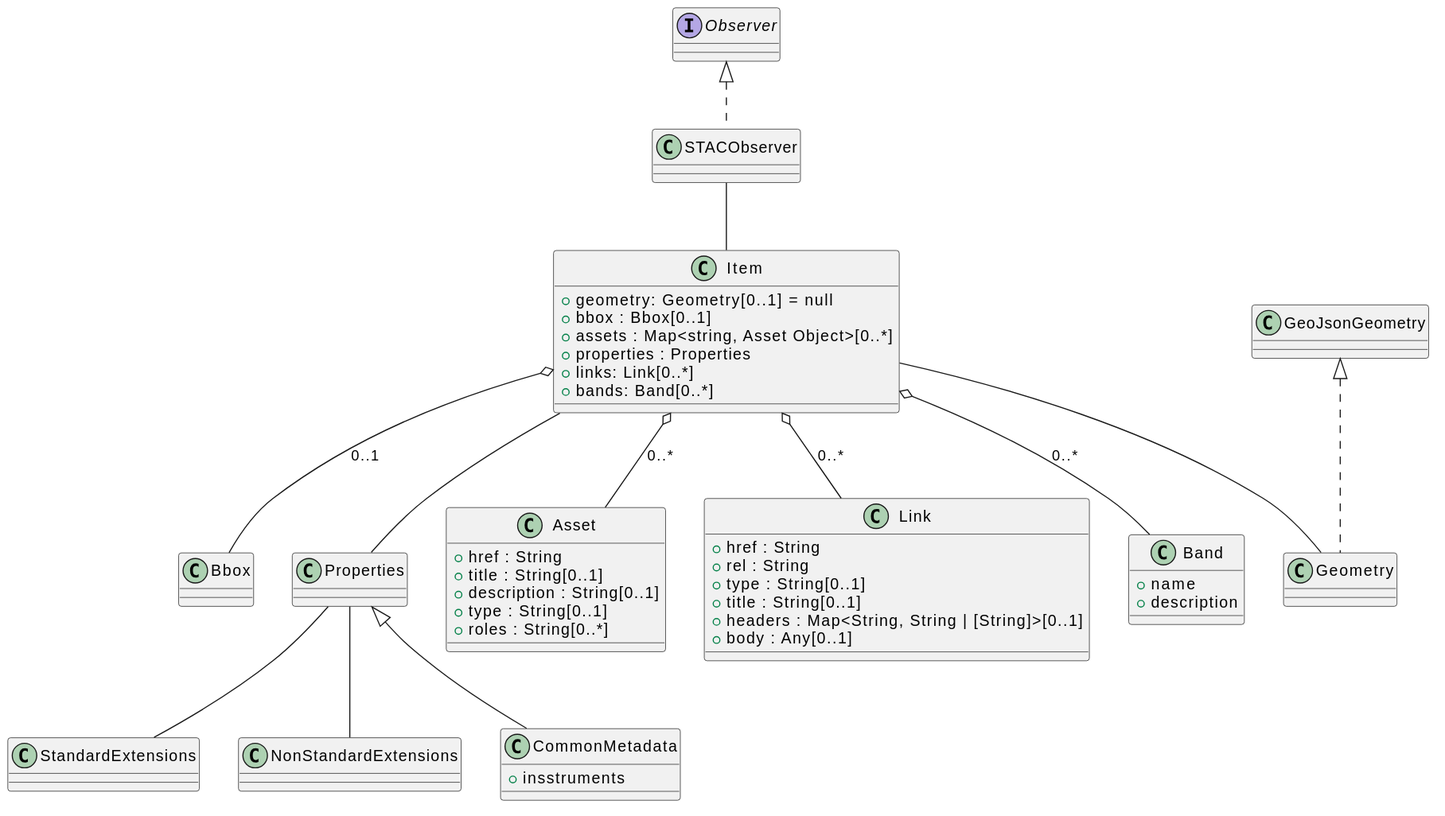
Earlier version of the PlantUML export images/stac-observing-class-diagram.svg (pdssp/pdssp_data_model).
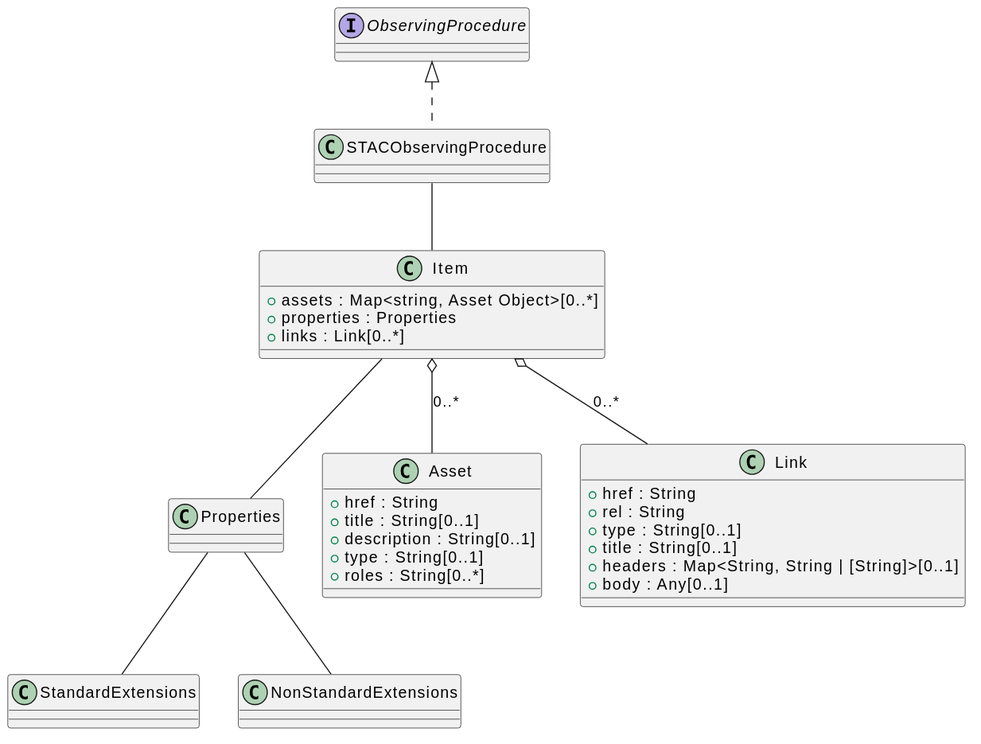
Later version of the same file.

Diff of the diagram source:
```diff
@@ -1,32 +1,19 @@
 @startuml
-interface Observer
+interface ObservingProcedure
 
-class STACObserver
+class STACObservingProcedure
 
 class Item {
-  + geometry: Geometry[0..1] = null
-  + bbox : Bbox[0..1]
   + assets : Map<string, Asset Object>[0..*]
   + properties : Properties
-  + links: Link[0..*]
-  + bands: Band[0..*]
+  + links : Link[0..*]
 }
-
-class GeoJsonGeometry
-
-class Geometry
-
-class Bbox
 
 class Properties
 
 class StandardExtensions
 
 class NonStandardExtensions
-
-class CommonMetadata {
-  + insstruments
-}
 
 class Asset {
   + href : String
@@ -45,21 +32,11 @@
   + body : Any[0..1]
 }
 
-class Band {
-  + name
-  + description
-}
-
-Observer <|.. STACObserver
-STACObserver -- Item
+ObservingProcedure <|.. STACObservingProcedure
+STACObservingProcedure -- Item
 Item -- Properties
-Properties <|-- CommonMetadata
 Properties -- StandardExtensions
 Properties -- NonStandardExtensions
-Item o-- Bbox : 0..1
-Item o-- Band : 0..*
 Item o-- Asset : 0..*
 Item o-- Link : 0..*
-Item -- Geometry
-GeoJsonGeometry <|.. Geometry
 @enduml
```
